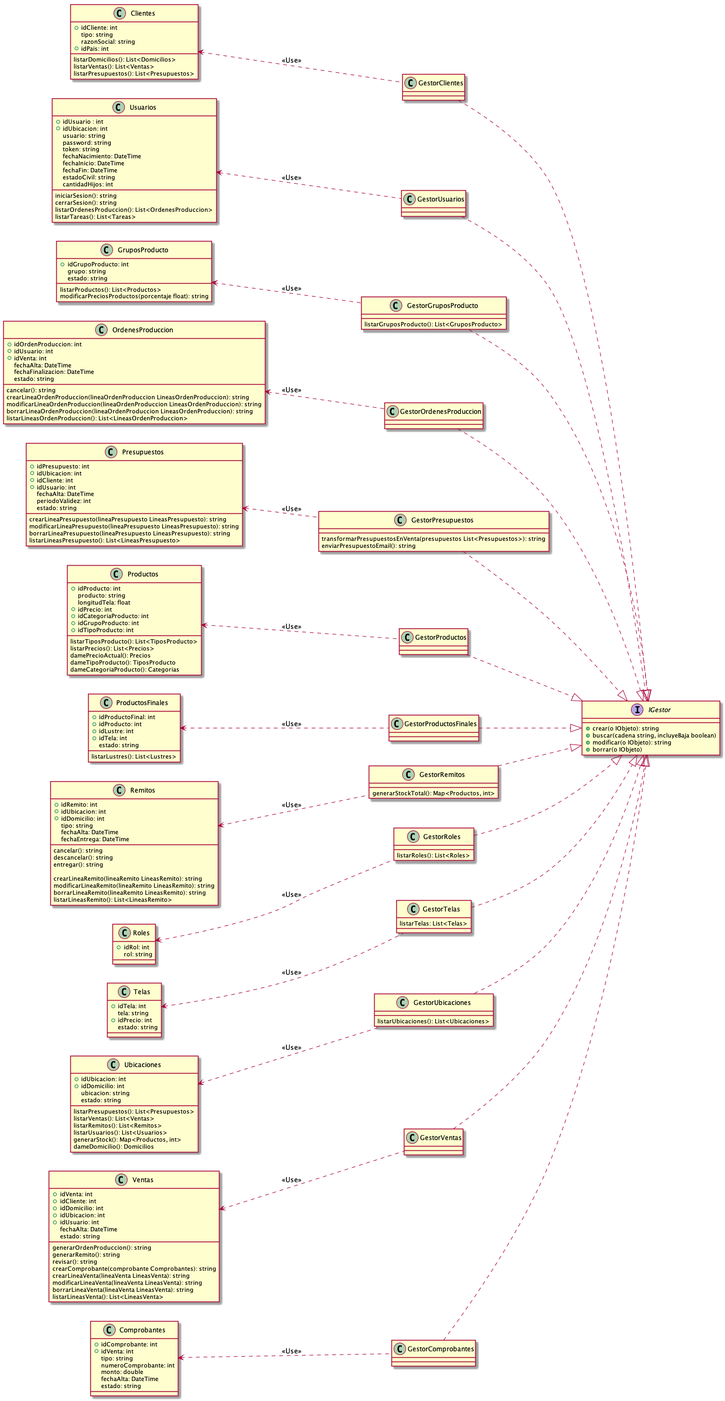
This is Informe Final/Imagenes/DiagramaClases/Vistas/vistaCanonica.png from ZMGestion/DocumentacionZMGestion, a PlantUML export, as it was before one commit.
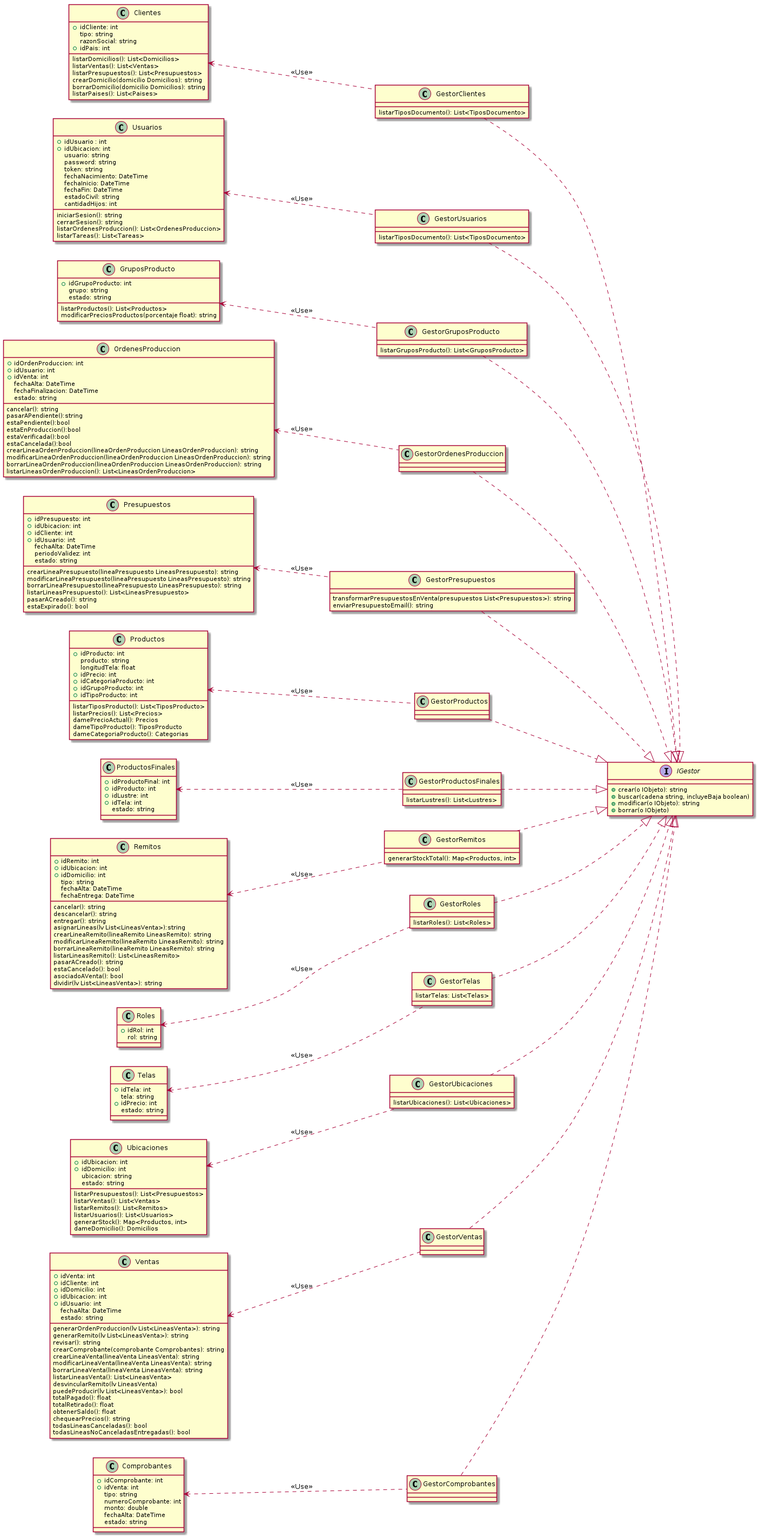
After the commit.

Change to the diagram source:
```diff
@@ -7,11 +7,12 @@
     + borrar(o IObjeto)
 }
 class GestorClientes{
+    listarTiposDocumento(): List<TiposDocumento>
 
 }
 
 class GestorUsuarios{
-
+    listarTiposDocumento(): List<TiposDocumento>
 }
 
 class GestorGruposProducto{
@@ -32,7 +33,7 @@
 }
 
 class GestorProductosFinales{
-
+    listarLustres(): List<Lustres>
 }
 
 class GestorRemitos{
@@ -104,6 +105,10 @@
     listarDomicilios(): List<Domicilios>
     listarVentas(): List<Ventas>
     listarPresupuestos(): List<Presupuestos>
+    crearDomicilio(domicilio Domicilios): string
+    borrarDomicilio(domicilio Domicilios): string
+    listarPaises(): List<Paises>
+
 }
 class Productos{
     +idProducto: int
@@ -141,7 +146,7 @@
     +idTela: int
     estado: string
 
-    listarLustres(): List<Lustres>
+
 }
 class Presupuestos{
     +idPresupuesto: int
@@ -156,6 +161,8 @@
     modificarLineaPresupuesto(lineaPresupuesto LineasPresupuesto): string
     borrarLineaPresupuesto(lineaPresupuesto LineasPresupuesto): string
     listarLineasPresupuesto(): List<LineasPresupuesto>
+    pasarACreado(): string
+    estaExpirado(): bool
 }
 class Ventas{
     +idVenta: int
@@ -166,14 +173,23 @@
     fechaAlta: DateTime
     estado: string
 
-    generarOrdenProduccion(): string
-    generarRemito(): string
+    generarOrdenProduccion(lv List<LineasVenta>): string
+    generarRemito(lv List<LineasVenta>): string
     revisar(): string
     crearComprobante(comprobante Comprobantes): string
     crearLineaVenta(lineaVenta LineasVenta): string
     modificarLineaVenta(lineaVenta LineasVenta): string
     borrarLineaVenta(lineaVenta LineasVenta): string
     listarLineasVenta(): List<LineasVenta>
+    desvincularRemito(lv LineasVenta)
+    puedeProducir(lv List<LineasVenta>): bool
+    totalPagado(): float
+    totalRetirado(): float
+    obtenerSaldo(): float
+    chequearPrecios(): string
+    todasLineasCanceladas(): bool
+    todasLineasNoCanceladasEntregadas(): bool
+
 }
 class OrdenesProduccion{
     +idOrdenProduccion: int
@@ -184,10 +200,16 @@
     estado: string
 
     cancelar(): string
+    pasarAPendiente():string
+    estaPendiente():bool
+    estaEnProduccion():bool
+    estaVerificada():bool
+    estaCancelada():bool
     crearLineaOrdenProduccion(lineaOrdenProduccion LineasOrdenProduccion): string
     modificarLineaOrdenProduccion(lineaOrdenProduccion LineasOrdenProduccion): string
     borrarLineaOrdenProduccion(lineaOrdenProduccion LineasOrdenProduccion): string
     listarLineasOrdenProduccion(): List<LineasOrdenProduccion>
+
 }
 class Remitos{
     +idRemito: int
@@ -200,11 +222,15 @@
     cancelar(): string
     descancelar(): string
     entregar(): string
-
+    asignarLineas(lv List<LineasVenta>):string
     crearLineaRemito(lineaRemito LineasRemito): string
     modificarLineaRemito(lineaRemito LineasRemito): string
     borrarLineaRemito(lineaRemito LineasRemito): string
     listarLineasRemito(): List<LineasRemito>
+    pasarACreado(): string
+    estaCancelado(): bool
+    asociadoAVenta(): bool
+    dividir(lv List<LineasVenta>): string
 }
 class Ubicaciones{
     +idUbicacion: int
```
